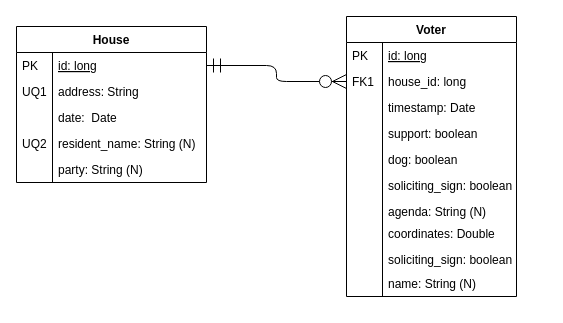
Jortiz07/grassroots-easy-steps keeps this draw.io diagram as docs/erd.drawio. Above is the earlier version. Source tidied: cells renumbered, new cells numbered last; positions are measured from the earlier drawing's top-left corner, leaving out a move shared by most shapes. Both pictures are drawn from the tidied source at 100%, with x=0, y=0 at pixel (16, 16).
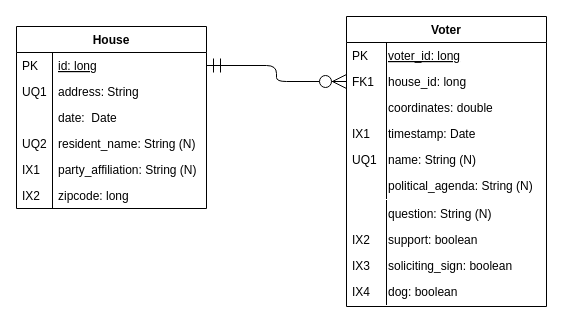
The same page after the edit.

Commit message (it also covers changes not shown here):
Implemented database and updated erd and related files.

Unchanged cells that the change refers to:
```xml
<mxCell id="3" value="id: long" style="shape=partialRectangle;top=0;left=0;right=0;bottom=1;align=left;verticalAlign=top;fillColor=none;spacingLeft=40;spacingRight=4;overflow=hidden;points=[[0,0.5],[1,0.5]];portConstraint=eastwest;rounded=0;shadow=0;strokeWidth=1;fontStyle=4;strokeColor=none;" parent="2" vertex="1">
  <mxGeometry y="26" width="190" height="26" as="geometry" />
</mxCell>
```

What changed in the source:
```diff
@@
     <mxCell id="2" value="House" style="swimlane;fontStyle=1;horizontal=1;startSize=26;rounded=0;shadow=0;strokeWidth=1;" parent="1" vertex="1">
-      <mxGeometry y="10" width="190" height="156" as="geometry" />
+      <mxGeometry y="10" width="190" height="182" as="geometry" />
     </mxCell>
@@
-    <mxCell id="11" value="party: String (N)" style="shape=partialRectangle;top=0;left=0;right=0;bottom=0;align=left;verticalAlign=top;fillColor=none;spacingLeft=40;spacingRight=4;overflow=hidden;rounded=0;shadow=0;strokeWidth=1;" parent="2" vertex="1">
+    <mxCell id="11" value="party_affiliation: String (N)" style="shape=partialRectangle;top=0;left=0;right=0;bottom=0;align=left;verticalAlign=top;fillColor=none;spacingLeft=40;spacingRight=4;overflow=hidden;rounded=0;shadow=0;strokeWidth=1;" parent="2" vertex="1">
       <mxGeometry y="130" width="190" height="26" as="geometry" />
     </mxCell>
-    <mxCell id="12" style="shape=partialRectangle;top=0;left=0;bottom=0;fillColor=none;align=left;verticalAlign=top;spacingLeft=4;spacingRight=4;overflow=hidden;" parent="11" vertex="1">
+    <mxCell id="12" value="IX1" style="shape=partialRectangle;top=0;left=0;bottom=0;fillColor=none;align=left;verticalAlign=top;spacingLeft=4;spacingRight=4;overflow=hidden;" parent="11" vertex="1">
       <mxGeometry width="36" height="26" as="geometry" />
     </mxCell>
+    <mxCell id="35" value="zipcode: long" style="shape=partialRectangle;top=0;left=0;right=0;bottom=0;align=left;verticalAlign=top;fillColor=none;spacingLeft=40;spacingRight=4;overflow=hidden;rounded=0;shadow=0;strokeWidth=1;" parent="2" vertex="1">
+      <mxGeometry y="156" width="190" height="26" as="geometry" />
+    </mxCell>
+    <mxCell id="36" value="IX2" style="shape=partialRectangle;top=0;left=0;bottom=0;fillColor=none;align=left;verticalAlign=top;spacingLeft=4;spacingRight=4;overflow=hidden;" parent="35" vertex="1">
+      <mxGeometry width="36" height="26" as="geometry" />
+    </mxCell>
     <mxCell id="13" value="Voter" style="swimlane;fontStyle=1;horizontal=1;startSize=26;rounded=0;shadow=0;strokeWidth=1;" parent="1" vertex="1">
-      <mxGeometry x="330" width="170" height="280" as="geometry" />
+      <mxGeometry x="330" width="200" height="290" as="geometry" />
     </mxCell>
-    <mxCell id="14" value="id: long" style="shape=partialRectangle;top=0;left=0;right=0;bottom=1;align=left;verticalAlign=top;fillColor=none;spacingLeft=40;spacingRight=4;overflow=hidden;rounded=0;shadow=0;strokeWidth=1;fontStyle=4;strokeColor=none;" parent="13" vertex="1">
-      <mxGeometry y="26" width="170" height="26" as="geometry" />
+    <mxCell id="14" value="voter_id: long" style="shape=partialRectangle;top=0;left=0;right=0;bottom=1;align=left;verticalAlign=top;fillColor=none;spacingLeft=40;spacingRight=4;overflow=hidden;rounded=0;shadow=0;strokeWidth=1;fontStyle=4;strokeColor=none;" parent="13" vertex="1">
+      <mxGeometry y="26" width="200" height="26" as="geometry" />
     </mxCell>
     <mxCell id="15" value="PK" style="shape=partialRectangle;top=0;left=0;bottom=0;fillColor=none;align=left;verticalAlign=top;spacingLeft=4;spacingRight=4;overflow=hidden;" parent="14" vertex="1">
-      <mxGeometry width="36" height="26" as="geometry" />
+      <mxGeometry width="40" height="26" as="geometry" />
     </mxCell>
     <mxCell id="16" value="house_id: long" style="shape=partialRectangle;top=0;left=0;right=0;bottom=0;align=left;verticalAlign=top;fillColor=none;spacingLeft=40;spacingRight=4;overflow=hidden;points=[[0,0.5],[1,0.5]];portConstraint=eastwest;rounded=0;shadow=0;strokeWidth=1;" parent="13" vertex="1">
-      <mxGeometry y="52" width="170" height="26" as="geometry" />
+      <mxGeometry y="52" width="200" height="26" as="geometry" />
     </mxCell>
     <mxCell id="17" value="FK1" style="shape=partialRectangle;top=0;left=0;bottom=0;fillColor=none;align=left;verticalAlign=top;spacingLeft=4;spacingRight=4;overflow=hidden;" parent="16" vertex="1">
-      <mxGeometry width="36" height="26" as="geometry" />
+      <mxGeometry width="40" height="26" as="geometry" />
     </mxCell>
+    <mxCell id="28" style="edgeStyle=orthogonalEdgeStyle;endArrow=ERzeroToMany;startArrow=ERmandOne;shadow=0;strokeWidth=1;endSize=12;startSize=12;entryX=0;entryY=0.5;entryDx=0;entryDy=0;" parent="1" edge="1" source="3" target="16">
+      <mxGeometry relative="1" as="geometry" />
+    </mxCell>
+    <mxCell id="29" value="coordinates: double" style="shape=partialRectangle;top=0;left=0;right=0;bottom=0;align=left;verticalAlign=top;fillColor=none;spacingLeft=40;spacingRight=4;overflow=hidden;rounded=0;shadow=0;strokeWidth=1;" parent="1" vertex="1">
+      <mxGeometry x="330" y="78" width="160" height="26" as="geometry" />
+    </mxCell>
+    <mxCell id="30" style="shape=partialRectangle;top=0;left=0;bottom=0;fillColor=none;align=left;verticalAlign=top;spacingLeft=4;spacingRight=4;overflow=hidden;" parent="29" vertex="1">
+      <mxGeometry width="40" height="26" as="geometry" />
+    </mxCell>
+    <mxCell id="33" value="name: String (N)" style="shape=partialRectangle;top=0;left=0;right=0;bottom=0;align=left;verticalAlign=top;fillColor=none;spacingLeft=40;spacingRight=4;overflow=hidden;rounded=0;shadow=0;strokeWidth=1;" parent="1" vertex="1">
+      <mxGeometry x="330" y="130" width="160" height="30" as="geometry" />
+    </mxCell>
+    <mxCell id="34" value="UQ1" style="shape=partialRectangle;top=0;left=0;bottom=0;fillColor=none;align=left;verticalAlign=top;spacingLeft=4;spacingRight=4;overflow=hidden;" parent="33" vertex="1">
+      <mxGeometry width="40" height="30" as="geometry" />
+    </mxCell>
-    <mxCell id="18" value="timestamp: Date" style="shape=partialRectangle;top=0;left=0;right=0;bottom=0;align=left;verticalAlign=top;fillColor=none;spacingLeft=40;spacingRight=4;overflow=hidden;rounded=0;shadow=0;strokeWidth=1;" parent="13" vertex="1">
-      <mxGeometry y="78" width="170" height="26" as="geometry" />
+    <mxCell id="18" value="timestamp: Date" style="shape=partialRectangle;top=0;left=0;right=0;bottom=0;align=left;verticalAlign=top;fillColor=none;spacingLeft=40;spacingRight=4;overflow=hidden;rounded=0;shadow=0;strokeWidth=1;" parent="1" vertex="1">
+      <mxGeometry x="330" y="104" width="170" height="26" as="geometry" />
     </mxCell>
-    <mxCell id="19" style="shape=partialRectangle;top=0;left=0;bottom=0;fillColor=none;align=left;verticalAlign=top;spacingLeft=4;spacingRight=4;overflow=hidden;" parent="18" vertex="1">
-      <mxGeometry width="36" height="26" as="geometry" />
+    <mxCell id="19" value="IX1" style="shape=partialRectangle;top=0;left=0;bottom=0;fillColor=none;align=left;verticalAlign=top;spacingLeft=4;spacingRight=4;overflow=hidden;" parent="18" vertex="1">
+      <mxGeometry width="40" height="26" as="geometry" />
     </mxCell>
-    <mxCell id="20" value="support: boolean" style="shape=partialRectangle;top=0;left=0;right=0;bottom=0;align=left;verticalAlign=top;fillColor=none;spacingLeft=40;spacingRight=4;overflow=hidden;rounded=0;shadow=0;strokeWidth=1;" parent="13" vertex="1">
-      <mxGeometry y="104" width="170" height="26" as="geometry" />
+    <mxCell id="20" value="support: boolean" style="shape=partialRectangle;top=0;left=0;right=0;bottom=0;align=left;verticalAlign=top;fillColor=none;spacingLeft=40;spacingRight=4;overflow=hidden;rounded=0;shadow=0;strokeWidth=1;" parent="1" vertex="1">
+      <mxGeometry x="330" y="210" width="170" height="26" as="geometry" />
     </mxCell>
-    <mxCell id="21" style="shape=partialRectangle;top=0;left=0;bottom=0;fillColor=none;align=left;verticalAlign=top;spacingLeft=4;spacingRight=4;overflow=hidden;" parent="20" vertex="1">
-      <mxGeometry width="36" height="26" as="geometry" />
+    <mxCell id="21" value="IX2" style="shape=partialRectangle;top=0;left=0;bottom=0;fillColor=none;align=left;verticalAlign=top;spacingLeft=4;spacingRight=4;overflow=hidden;" parent="20" vertex="1">
+      <mxGeometry width="40" height="26" as="geometry" />
     </mxCell>
-    <mxCell id="22" value="dog: boolean" style="shape=partialRectangle;top=0;left=0;right=0;bottom=0;align=left;verticalAlign=top;fillColor=none;spacingLeft=40;spacingRight=4;overflow=hidden;rounded=0;shadow=0;strokeWidth=1;" parent="13" vertex="1">
-      <mxGeometry y="130" width="170" height="26" as="geometry" />
+    <mxCell id="22" value="dog: boolean" style="shape=partialRectangle;top=0;left=0;right=0;bottom=0;align=left;verticalAlign=top;fillColor=none;spacingLeft=40;spacingRight=4;overflow=hidden;rounded=0;shadow=0;strokeWidth=1;" parent="1" vertex="1">
+      <mxGeometry x="330" y="262" width="170" height="26" as="geometry" />
     </mxCell>
-    <mxCell id="23" style="shape=partialRectangle;top=0;left=0;bottom=0;fillColor=none;align=left;verticalAlign=top;spacingLeft=4;spacingRight=4;overflow=hidden;" parent="22" vertex="1">
-      <mxGeometry width="36" height="26" as="geometry" />
+    <mxCell id="23" value="IX4" style="shape=partialRectangle;top=0;left=0;bottom=0;fillColor=none;align=left;verticalAlign=top;spacingLeft=4;spacingRight=4;overflow=hidden;" parent="22" vertex="1">
+      <mxGeometry width="40" height="26" as="geometry" />
     </mxCell>
-    <mxCell id="24" value="soliciting_sign: boolean" style="shape=partialRectangle;top=0;left=0;right=0;bottom=0;align=left;verticalAlign=top;fillColor=none;spacingLeft=40;spacingRight=4;overflow=hidden;rounded=0;shadow=0;strokeWidth=1;" parent="13" vertex="1">
-      <mxGeometry y="156" width="170" height="26" as="geometry" />
+    <mxCell id="24" value="soliciting_sign: boolean" style="shape=partialRectangle;top=0;left=0;right=0;bottom=0;align=left;verticalAlign=top;fillColor=none;spacingLeft=40;spacingRight=4;overflow=hidden;rounded=0;shadow=0;strokeWidth=1;" parent="1" vertex="1">
+      <mxGeometry x="330" y="236" width="170" height="26" as="geometry" />
     </mxCell>
-    <mxCell id="25" style="shape=partialRectangle;top=0;left=0;bottom=0;fillColor=none;align=left;verticalAlign=top;spacingLeft=4;spacingRight=4;overflow=hidden;" parent="24" vertex="1">
-      <mxGeometry width="36" height="26" as="geometry" />
+    <mxCell id="25" value="IX3" style="shape=partialRectangle;top=0;left=0;bottom=0;fillColor=none;align=left;verticalAlign=top;spacingLeft=4;spacingRight=4;overflow=hidden;" parent="24" vertex="1">
+      <mxGeometry width="40" height="26" as="geometry" />
     </mxCell>
-    <mxCell id="26" value="agenda: String (N)" style="shape=partialRectangle;top=0;left=0;right=0;bottom=0;align=left;verticalAlign=top;fillColor=none;spacingLeft=40;spacingRight=4;overflow=hidden;rounded=0;shadow=0;strokeWidth=1;" parent="13" vertex="1">
-      <mxGeometry y="182" width="170" height="98" as="geometry" />
-    </mxCell>
-    <mxCell id="27" style="shape=partialRectangle;top=0;left=0;bottom=0;fillColor=none;align=left;verticalAlign=top;spacingLeft=4;spacingRight=4;overflow=hidden;" parent="26" vertex="1">
-      <mxGeometry width="36" height="98" as="geometry" />
-    </mxCell>
-    <mxCell id="28" style="edgeStyle=orthogonalEdgeStyle;endArrow=ERzeroToMany;startArrow=ERmandOne;shadow=0;strokeWidth=1;endSize=12;startSize=12;entryX=0;entryY=0.5;entryDx=0;entryDy=0;" parent="1" edge="1" source="3" target="16">
-      <mxGeometry relative="1" as="geometry" />
-    </mxCell>
-    <mxCell id="29" value="coordinates: Double" style="shape=partialRectangle;top=0;left=0;right=0;bottom=0;align=left;verticalAlign=top;fillColor=none;spacingLeft=40;spacingRight=4;overflow=hidden;rounded=0;shadow=0;strokeWidth=1;" parent="1" vertex="1">
-      <mxGeometry x="330" y="204" width="160" height="26" as="geometry" />
-    </mxCell>
-    <mxCell id="30" style="shape=partialRectangle;top=0;left=0;bottom=0;fillColor=none;align=left;verticalAlign=top;spacingLeft=4;spacingRight=4;overflow=hidden;" parent="29" vertex="1">
-      <mxGeometry width="36" height="26" as="geometry" />
-    </mxCell>
-    <mxCell id="31" value="soliciting_sign: boolean" style="shape=partialRectangle;top=0;left=0;right=0;bottom=0;align=left;verticalAlign=top;fillColor=none;spacingLeft=40;spacingRight=4;overflow=hidden;rounded=0;shadow=0;strokeWidth=1;" parent="1" vertex="1">
-      <mxGeometry x="330" y="230" width="170" height="50" as="geometry" />
-    </mxCell>
-    <mxCell id="32" style="shape=partialRectangle;top=0;left=0;bottom=0;fillColor=none;align=left;verticalAlign=top;spacingLeft=4;spacingRight=4;overflow=hidden;" parent="31" vertex="1">
-      <mxGeometry width="36" height="50" as="geometry" />
-    </mxCell>
-    <mxCell id="33" value="name: String (N)" style="shape=partialRectangle;top=0;left=0;right=0;bottom=0;align=left;verticalAlign=top;fillColor=none;spacingLeft=40;spacingRight=4;overflow=hidden;rounded=0;shadow=0;strokeWidth=1;" parent="1" vertex="1">
-      <mxGeometry x="330" y="254" width="160" height="26" as="geometry" />
-    </mxCell>
-    <mxCell id="34" style="shape=partialRectangle;top=0;left=0;bottom=0;fillColor=none;align=left;verticalAlign=top;spacingLeft=4;spacingRight=4;overflow=hidden;" parent="33" vertex="1">
-      <mxGeometry width="36" height="26" as="geometry" />
-    </mxCell>
+    <mxCell id="37" value="political_agenda: String (N)" style="shape=partialRectangle;top=0;left=0;right=0;bottom=0;align=left;verticalAlign=top;fillColor=none;spacingLeft=40;spacingRight=4;overflow=hidden;rounded=0;shadow=0;strokeWidth=1;" parent="1" vertex="1">
+      <mxGeometry x="330" y="156" width="200" height="26" as="geometry" />
+    </mxCell>
+    <mxCell id="38" style="shape=partialRectangle;top=0;left=0;bottom=0;fillColor=none;align=left;verticalAlign=top;spacingLeft=4;spacingRight=4;overflow=hidden;" parent="37" vertex="1">
+      <mxGeometry width="40" height="26" as="geometry" />
+    </mxCell>
+    <mxCell id="39" value="question: String (N)" style="shape=partialRectangle;top=0;left=0;right=0;bottom=0;align=left;verticalAlign=top;fillColor=none;spacingLeft=40;spacingRight=4;overflow=hidden;rounded=0;shadow=0;strokeWidth=1;" parent="1" vertex="1">
+      <mxGeometry x="330" y="184" width="200" height="26" as="geometry" />
+    </mxCell>
+    <mxCell id="40" style="shape=partialRectangle;top=0;left=0;bottom=0;fillColor=none;align=left;verticalAlign=top;spacingLeft=4;spacingRight=4;overflow=hidden;" parent="39" vertex="1">
+      <mxGeometry width="40" height="26" as="geometry" />
+    </mxCell>
```
